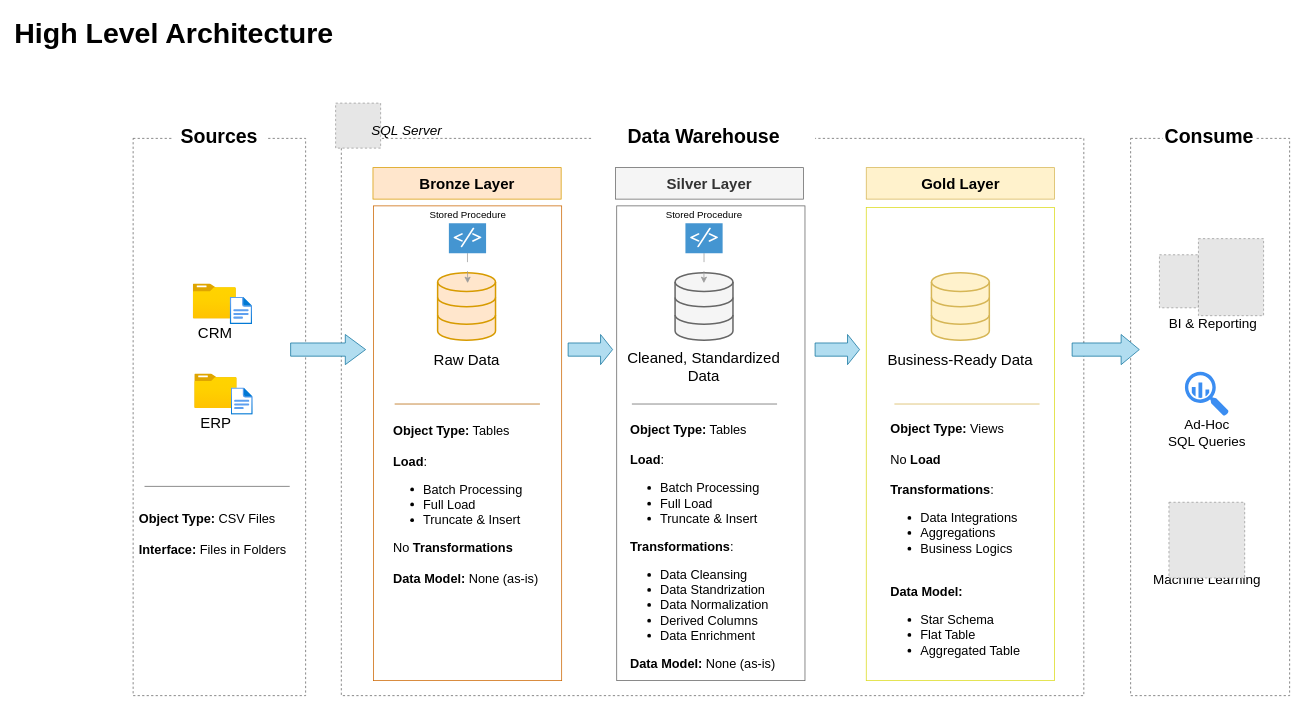
The draw.io diagram docs/data_architecture.drawio in knands42/SQL-Data-Warehouse, before the edit. Source tidied: cells renumbered, new cells numbered last; positions are measured from the earlier drawing's top-left corner, leaving out a move shared by most shapes. Both pictures are drawn from the tidied source at 75%, with x=0, y=0 at pixel (13, 13). Pictures stored in the file or linked from it are replaced by grey dashed boxes.
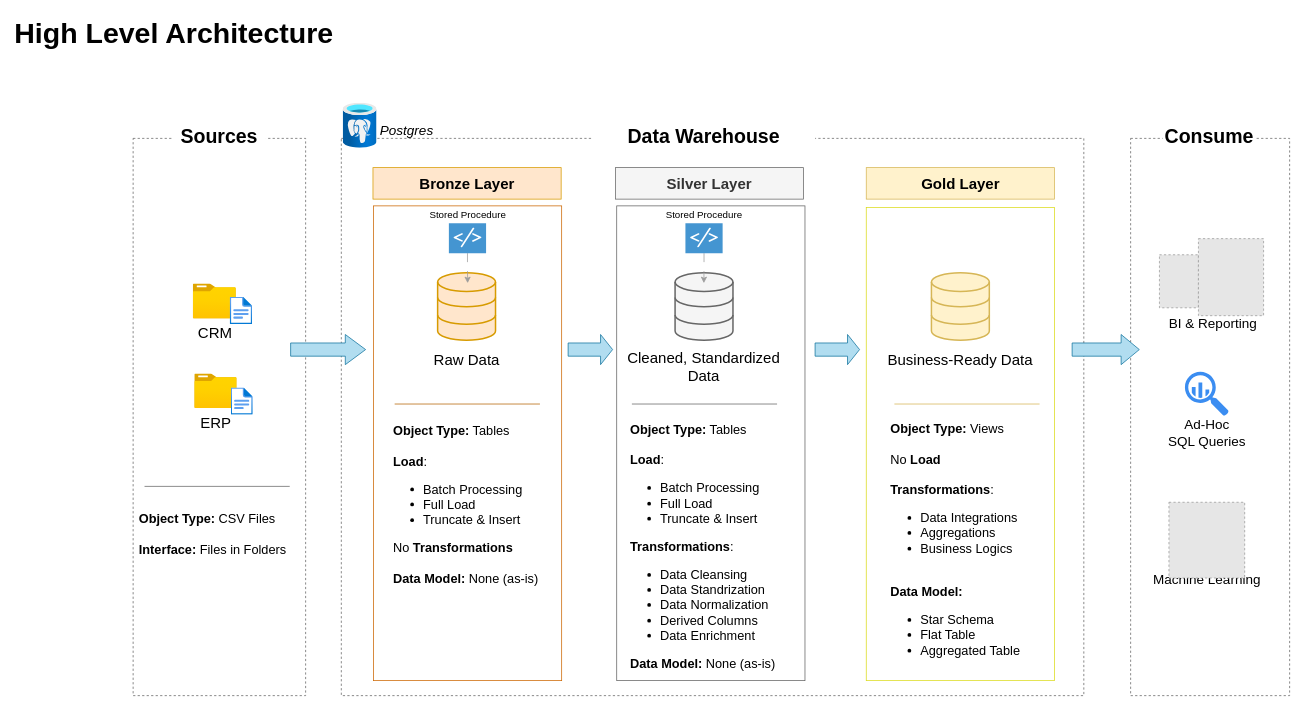
The same diagram, later.

Commit message (it also covers changes not shown here):
feat: add postgres init sql file

Change to the diagram source:
```diff
@@
-    <mxCell id="46" style="fillColor=#E6E6E6;strokeColor=#999999;dashed=1;verticalLabelPosition=bottom;labelBackgroundColor=default;verticalAlign=top;" parent="1" vertex="1">
-      <mxGeometry x="430" y="120" width="60" height="60" as="geometry" />
-    </mxCell>
-    <mxCell id="47" value="&lt;span style=&quot;font-size: 18px;&quot;&gt;&lt;i&gt;SQL Server&lt;/i&gt;&lt;br style=&quot;font-size: 18px;&quot;&gt;&lt;/span&gt;" style="text;html=1;strokeColor=none;fillColor=none;align=center;verticalAlign=middle;whiteSpace=wrap;rounded=0;fontSize=18;" parent="1" vertex="1">
+    <mxCell id="47" value="&lt;span style=&quot;font-size: 18px;&quot;&gt;&lt;i&gt;Postgres&lt;/i&gt;&lt;br style=&quot;font-size: 18px;&quot;&gt;&lt;/span&gt;" style="text;html=1;strokeColor=none;fillColor=none;align=center;verticalAlign=middle;whiteSpace=wrap;rounded=0;fontSize=18;" parent="1" vertex="1">
       <mxGeometry x="434.6" y="147" width="180" height="20" as="geometry" />
     </mxCell>
@@
+    <mxCell id="52" style="image;html=1;align=center;fontSize=12;image=img/lib/azure2/databases/Azure_Database_PostgreSQL_Server.svg;" parent="1" vertex="1">
+      <mxGeometry x="440" y="120" width="45" height="60" as="geometry" />
+    </mxCell>
```
